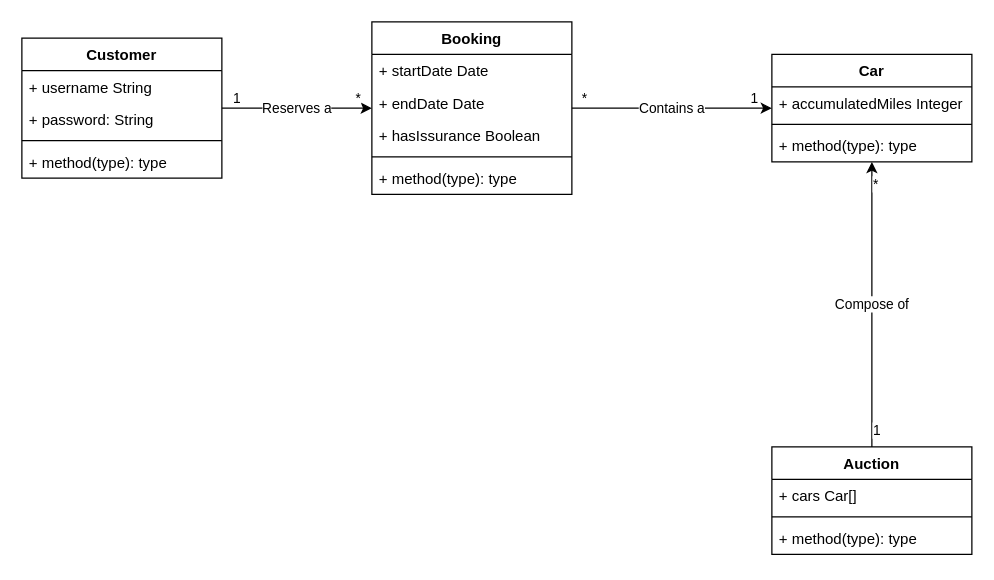
This is resources/classDiagram.drawio from keyboard-jo/java-project, a draw.io file, before an edit. Source tidied: cells renumbered, new cells numbered last; positions are measured from the earlier drawing's top-left corner, leaving out a move shared by most shapes. Both pictures are drawn from the tidied source at 125%, with x=0, y=0 at pixel (21, 21).
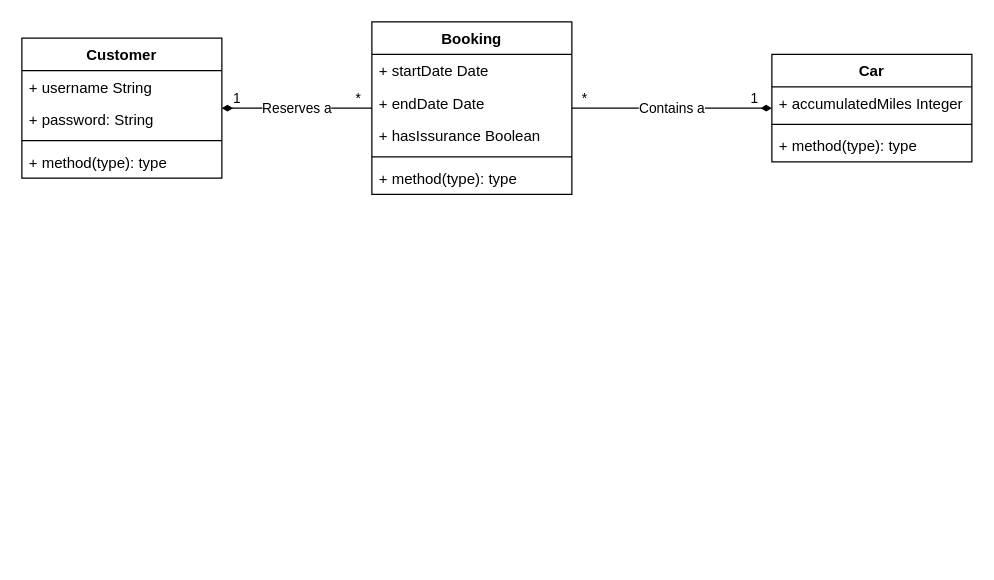
The same diagram, later.

The change refers to these unchanged cells:
```xml
<mxCell id="2" value="Car" style="swimlane;fontStyle=1;align=center;verticalAlign=top;horizontal=1;startSize=26;" parent="1" vertex="1">
  <mxGeometry x="600" y="26" width="160" height="86" as="geometry" />
</mxCell>
<mxCell id="9" value="Booking" style="swimlane;fontStyle=1;align=center;verticalAlign=top;horizontal=1;startSize=26;" parent="1" vertex="1">
  <mxGeometry x="280" width="160" height="138" as="geometry" />
</mxCell>
<mxCell id="18" value="Customer" style="swimlane;fontStyle=1;align=center;verticalAlign=top;horizontal=1;startSize=26;" parent="1" vertex="1">
  <mxGeometry y="13" width="160" height="112" as="geometry" />
</mxCell>
```

Change to the diagram source:
```diff
@@
-    <mxCell id="6" value="Contains a" style="edgeStyle=none;html=1;" parent="1" edge="1" source="9" target="2">
+    <mxCell id="6" value="Contains a" style="edgeStyle=none;html=1;endArrow=diamondThin;endFill=1;" parent="1" edge="1" source="9" target="2">
       <mxGeometry relative="1" as="geometry" />
     </mxCell>
@@
-    <mxCell id="15" value="Reserves a" style="edgeStyle=none;html=1;" parent="1" edge="1" source="18" target="9">
+    <mxCell id="15" value="Reserves a" style="edgeStyle=none;html=1;endArrow=none;endFill=0;startArrow=diamondThin;startFill=1;" parent="1" edge="1" source="18" target="9">
       <mxGeometry relative="1" as="geometry" />
     </mxCell>
@@
-    <mxCell id="23" value="Compose of" style="edgeStyle=none;html=1;" parent="1" edge="1" source="26" target="2">
-      <mxGeometry relative="1" as="geometry" />
-    </mxCell>
-    <mxCell id="24" value="*" style="edgeLabel;html=1;align=center;verticalAlign=middle;" parent="23" vertex="1">
-      <mxGeometry x="0.85" y="-2" relative="1" as="geometry" />
-    </mxCell>
-    <mxCell id="25" value="1" style="edgeLabel;html=1;align=center;verticalAlign=middle;" parent="23" vertex="1">
-      <mxGeometry x="-0.88" y="-3" relative="1" as="geometry" />
-    </mxCell>
-    <mxCell id="26" value="Auction" style="swimlane;fontStyle=1;align=center;verticalAlign=top;horizontal=1;startSize=26;" parent="1" vertex="1">
-      <mxGeometry x="600" y="340" width="160" height="86" as="geometry" />
-    </mxCell>
-    <mxCell id="27" value="+ cars Car[]" style="text;strokeColor=none;fillColor=none;align=left;verticalAlign=top;spacingLeft=4;spacingRight=4;overflow=hidden;" parent="26" vertex="1">
-      <mxGeometry y="26" width="160" height="26" as="geometry" />
-    </mxCell>
-    <mxCell id="28" style="line;strokeWidth=1;fillColor=none;align=left;verticalAlign=middle;spacingTop=-1;spacingLeft=3;spacingRight=3;labelPosition=right;" parent="26" vertex="1">
-      <mxGeometry y="52" width="160" height="8" as="geometry" />
-    </mxCell>
-    <mxCell id="29" value="+ method(type): type" style="text;strokeColor=none;fillColor=none;align=left;verticalAlign=top;spacingLeft=4;spacingRight=4;overflow=hidden;" parent="26" vertex="1">
-      <mxGeometry y="60" width="160" height="26" as="geometry" />
-    </mxCell>
```
